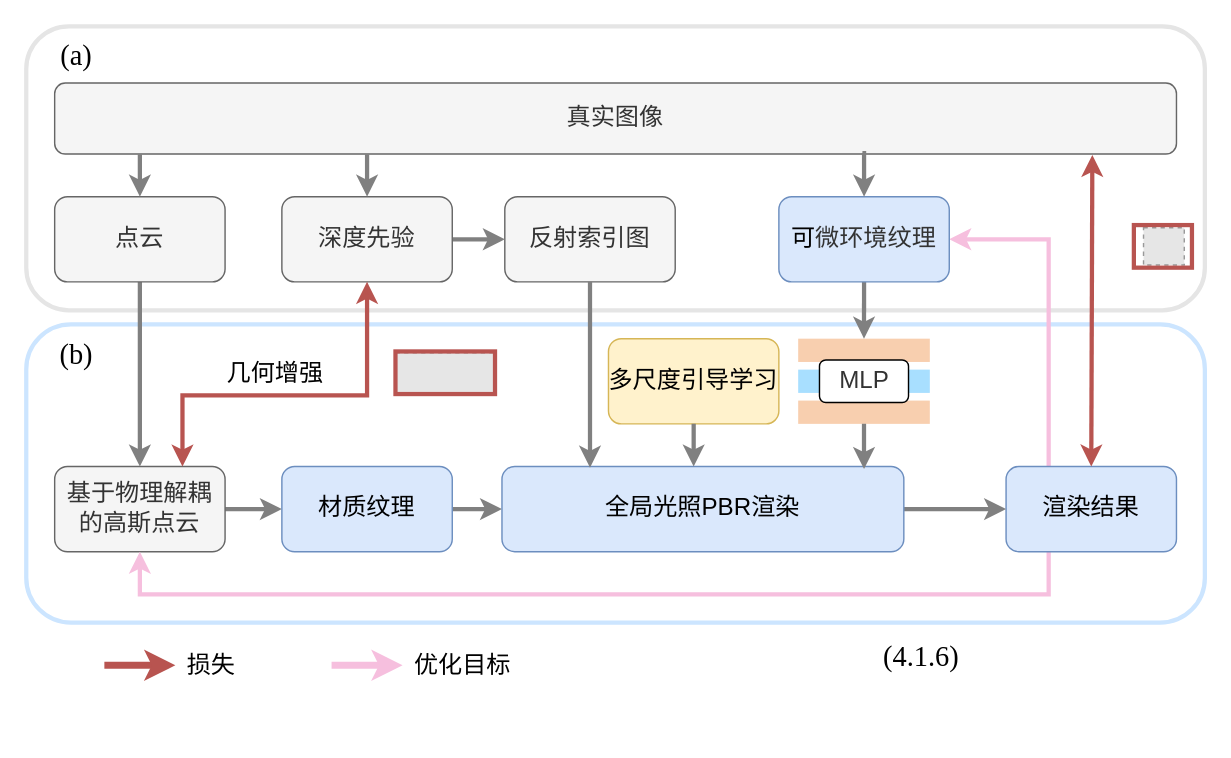
Before: mid-term/总体框架（新）.drawio in thEu-suisei/draw_io, a draw.io diagram. Source tidied: cells renumbered, new cells numbered last; positions are measured from the earlier drawing's top-left corner, leaving out a move shared by most shapes. Both pictures are drawn from the tidied source at 142%, with x=0, y=0 at pixel (26, 26). Pictures stored in the file or linked from it are replaced by grey dashed boxes.
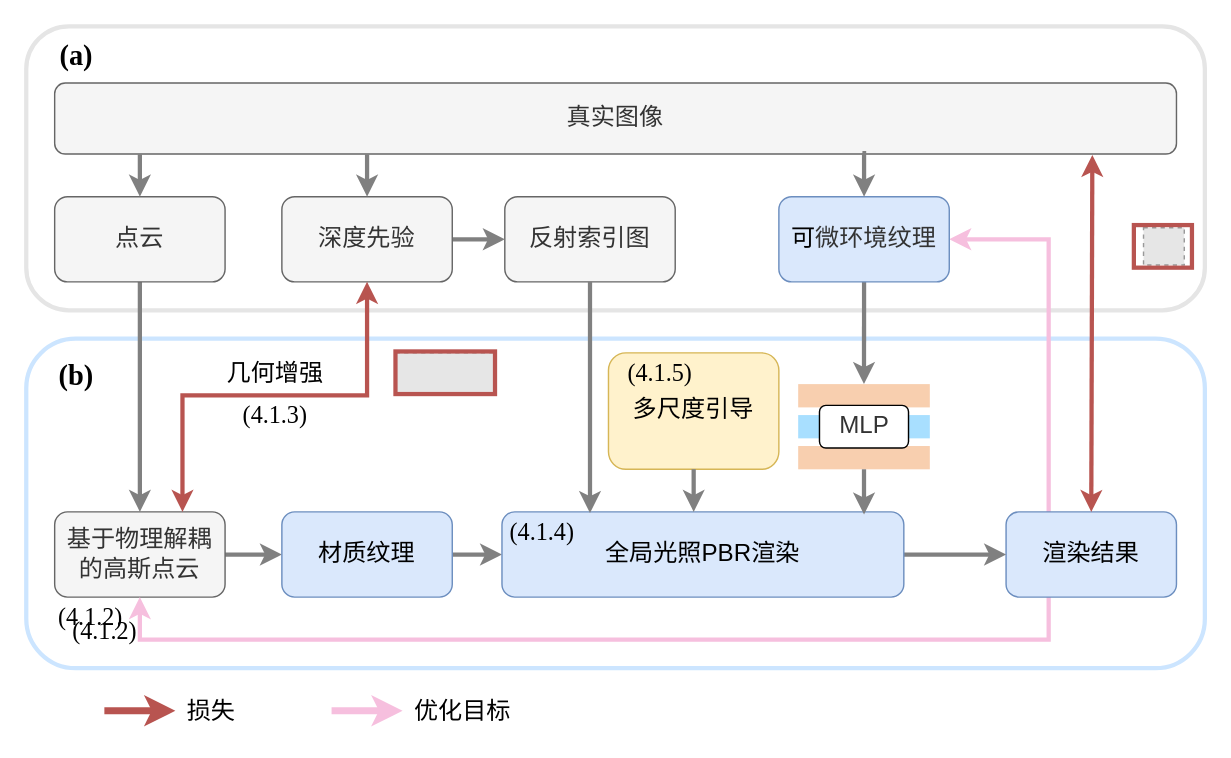
The same diagram, later.

Commit message:
更新总体框架（新）.drawio

Change to the diagram source:
```diff
@@
     <mxCell id="2" style="rounded=1;whiteSpace=wrap;html=1;fillColor=none;fontColor=#333333;strokeColor=#CCE5FF;strokeWidth=3;" parent="1" vertex="1">
-      <mxGeometry y="210" width="830" height="210" as="geometry" />
+      <mxGeometry y="220" width="830" height="232" as="geometry" />
     </mxCell>
@@
     <mxCell id="6" value="&lt;span style=&quot;font-size: 17px; font-weight: 400;&quot;&gt;基于物理解耦的高斯点云&lt;/span&gt;" style="rounded=1;whiteSpace=wrap;html=1;fillColor=#f5f5f5;fontColor=#333333;strokeColor=#666666;fontStyle=1;" parent="1" vertex="1">
-      <mxGeometry x="20" y="310" width="120" height="60" as="geometry" />
+      <mxGeometry x="20" y="342" width="120" height="60" as="geometry" />
     </mxCell>
@@
     <mxCell id="8" value="&lt;span style=&quot;font-size: 17px; font-weight: 400;&quot;&gt;材质纹理&lt;/span&gt;" style="rounded=1;whiteSpace=wrap;html=1;fillColor=#dae8fc;fontColor=default;strokeColor=#6c8ebf;fontStyle=1;align=center;verticalAlign=middle;fontFamily=Helvetica;fontSize=12;" parent="1" vertex="1">
-      <mxGeometry x="180" y="310" width="120" height="60" as="geometry" />
+      <mxGeometry x="180" y="342" width="120" height="60" as="geometry" />
     </mxCell>
@@
     <mxCell id="10" style="edgeStyle=orthogonalEdgeStyle;rounded=0;jettySize=auto;html=1;exitX=0.25;exitY=1;exitDx=0;exitDy=0;entryX=0.5;entryY=1;entryDx=0;entryDy=0;strokeColor=light-dark(#f6bfde, #7f7f7f);strokeWidth=3;align=center;verticalAlign=middle;fontFamily=Helvetica;fontSize=11;fontColor=default;labelBackgroundColor=default;endArrow=classic;" parent="1" edge="1" source="11" target="6">
       <mxGeometry relative="1" as="geometry">
         <Array as="points">
-          <mxPoint x="720" y="400" />
-          <mxPoint x="80" y="400" />
+          <mxPoint x="720" y="432" />
+          <mxPoint x="80" y="432" />
         </Array>
       </mxGeometry>
     </mxCell>
     <mxCell id="11" value="&lt;span style=&quot;font-size: 17px; font-weight: 400;&quot;&gt;渲染结果&lt;/span&gt;" style="rounded=1;whiteSpace=wrap;html=1;fillColor=#dae8fc;fontColor=default;strokeColor=#6c8ebf;fontStyle=1;align=center;verticalAlign=middle;fontFamily=Helvetica;fontSize=12;" parent="1" vertex="1">
-      <mxGeometry x="690" y="310" width="120" height="60" as="geometry" />
+      <mxGeometry x="690" y="342" width="120" height="60" as="geometry" />
     </mxCell>
@@
     <mxCell id="13" value="&lt;font style=&quot;font-size: 17px;&quot;&gt;全局光照PBR渲染&lt;/font&gt;" style="rounded=1;whiteSpace=wrap;html=1;fillColor=#dae8fc;strokeColor=#6c8ebf;" parent="1" vertex="1">
-      <mxGeometry x="335" y="310" width="283" height="60" as="geometry" />
+      <mxGeometry x="335" y="342" width="283" height="60" as="geometry" />
     </mxCell>
     <mxCell id="14" style="group;" parent="1" vertex="1">
-      <mxGeometry x="543.6" y="220" width="92.7" height="60" as="geometry" />
+      <mxGeometry x="543.6" y="252" width="92.7" height="60" as="geometry" />
     </mxCell>
@@
-    <mxCell id="37" value="&lt;span style=&quot;font-weight: 400; text-wrap-mode: nowrap;&quot;&gt;多尺度引导学习&lt;/span&gt;" style="rounded=1;whiteSpace=wrap;html=1;fillColor=#fff2cc;strokeColor=#d6b656;fontStyle=1;align=center;verticalAlign=middle;fontFamily=Helvetica;fontSize=17;" parent="1" vertex="1">
-      <mxGeometry x="410" y="220" width="120" height="60" as="geometry" />
+    <mxCell id="37" value="&lt;div&gt;&lt;span style=&quot;font-weight: 400; text-wrap-mode: nowrap; background-color: transparent; color: light-dark(rgb(0, 0, 0), rgb(255, 255, 255));&quot;&gt;多尺度引导&lt;/span&gt;&lt;/div&gt;" style="rounded=1;whiteSpace=wrap;html=1;fillColor=#fff2cc;strokeColor=#d6b656;fontStyle=1;align=center;verticalAlign=middle;fontFamily=Helvetica;fontSize=17;" parent="1" vertex="1">
+      <mxGeometry x="410" y="230" width="120" height="82" as="geometry" />
     </mxCell>
     <mxCell id="38" style="edgeStyle=orthogonalEdgeStyle;rounded=0;jettySize=auto;html=1;strokeColor=#808080;strokeWidth=3;" parent="1" edge="1" source="37">
       <mxGeometry relative="1" as="geometry">
-        <mxPoint x="470" y="310" as="targetPoint" />
+        <mxPoint x="470" y="342" as="targetPoint" />
       </mxGeometry>
     </mxCell>
     <mxCell id="39" style="endArrow=classic;html=1;rounded=0;strokeColor=light-dark(#B85450,#FF7777);strokeWidth=5;" parent="1" edge="1">
       <mxGeometry relative="1" as="geometry">
-        <mxPoint x="55" y="450" as="sourcePoint" />
-        <mxPoint x="105" y="450" as="targetPoint" />
+        <mxPoint x="55" y="482" as="sourcePoint" />
+        <mxPoint x="105" y="482" as="targetPoint" />
       </mxGeometry>
     </mxCell>
     <mxCell id="40" style="endArrow=classic;html=1;rounded=0;strokeColor=light-dark(#F6BFDE,#FF7777);strokeWidth=5;" parent="1" edge="1">
       <mxGeometry relative="1" as="geometry">
-        <mxPoint x="215" y="450" as="sourcePoint" />
-        <mxPoint x="265" y="450" as="targetPoint" />
+        <mxPoint x="215" y="482" as="sourcePoint" />
+        <mxPoint x="265" y="482" as="targetPoint" />
       </mxGeometry>
     </mxCell>
     <mxCell id="41" value="&lt;span style=&quot;font-size: 17px;&quot;&gt;损失&lt;/span&gt;" style="text;html=1;align=center;verticalAlign=middle;strokeColor=none;fillColor=none;" parent="1" vertex="1">
-      <mxGeometry x="100" y="436" width="60" height="30" as="geometry" />
+      <mxGeometry x="100" y="468" width="60" height="30" as="geometry" />
     </mxCell>
     <mxCell id="42" value="&lt;span style=&quot;font-size: 17px;&quot;&gt;优化目标&lt;/span&gt;" style="text;html=1;align=center;verticalAlign=middle;strokeColor=none;fillColor=none;" parent="1" vertex="1">
-      <mxGeometry x="262" y="436" width="90" height="30" as="geometry" />
+      <mxGeometry x="262" y="468" width="90" height="30" as="geometry" />
     </mxCell>
@@
-    <mxCell id="46" value="&lt;font style=&quot;font-size: 20px;&quot;&gt;(a)&lt;/font&gt;" style="text;html=1;align=center;verticalAlign=middle;strokeColor=none;fillColor=none;fontFamily=Times New Roman;" parent="1" vertex="1">
+    <mxCell id="46" value="&lt;font style=&quot;font-size: 20px;&quot;&gt;&lt;b&gt;(a)&lt;/b&gt;&lt;/font&gt;" style="text;html=1;align=center;verticalAlign=middle;strokeColor=none;fillColor=none;fontFamily=Times New Roman;" parent="1" vertex="1">
       <mxGeometry x="10" width="50" height="40" as="geometry" />
     </mxCell>
-    <mxCell id="47" value="&lt;font style=&quot;font-size: 20px;&quot;&gt;(b)&lt;/font&gt;" style="text;html=1;align=center;verticalAlign=middle;strokeColor=none;fillColor=none;fontFamily=Times New Roman;" parent="1" vertex="1">
-      <mxGeometry x="10" y="210" width="50" height="40" as="geometry" />
+    <mxCell id="47" value="&lt;font style=&quot;font-size: 20px;&quot;&gt;&lt;b&gt;(b)&lt;/b&gt;&lt;/font&gt;" style="text;html=1;align=center;verticalAlign=middle;strokeColor=none;fillColor=none;fontFamily=Times New Roman;" parent="1" vertex="1">
+      <mxGeometry x="10" y="225" width="50" height="40" as="geometry" />
     </mxCell>
-    <mxCell id="48" value="&lt;span style=&quot;font-family: &amp;quot;Times New Roman&amp;quot;; font-size: 20px;&quot;&gt;(4.1.6)&lt;/span&gt;" style="text;html=1;align=center;verticalAlign=middle;strokeColor=none;fillColor=none;" parent="1" vertex="1">
-      <mxGeometry x="590" y="423" width="80" height="40" as="geometry" />
+    <mxCell id="48" value="&lt;span style=&quot;font-family: &amp;quot;Times New Roman&amp;quot;;&quot;&gt;&lt;font style=&quot;font-size: 17px;&quot;&gt;(4.1.5)&lt;/font&gt;&lt;/span&gt;" style="text;html=1;align=center;verticalAlign=middle;strokeColor=none;fillColor=none;" parent="1" vertex="1">
+      <mxGeometry x="411" y="230" width="70" height="30" as="geometry" />
     </mxCell>
+    <mxCell id="49" value="&lt;span style=&quot;font-family: &amp;quot;Times New Roman&amp;quot;;&quot;&gt;&lt;font style=&quot;font-size: 17px;&quot;&gt;(4.1.3)&lt;/font&gt;&lt;/span&gt;" style="text;html=1;align=center;verticalAlign=middle;strokeColor=none;fillColor=none;" parent="1" vertex="1">
+      <mxGeometry x="140" y="260" width="70" height="30" as="geometry" />
+    </mxCell>
+    <mxCell id="50" value="&lt;span style=&quot;font-family: &amp;quot;Times New Roman&amp;quot;;&quot;&gt;&lt;font style=&quot;font-size: 17px;&quot;&gt;(4.1.2)&lt;/font&gt;&lt;/span&gt;" style="text;html=1;align=center;verticalAlign=middle;strokeColor=none;fillColor=none;" parent="1" vertex="1">
+      <mxGeometry x="10" y="402" width="70" height="30" as="geometry" />
+    </mxCell>
+    <mxCell id="51" value="&lt;span style=&quot;font-family: &amp;quot;Times New Roman&amp;quot;;&quot;&gt;&lt;font style=&quot;font-size: 17px;&quot;&gt;(4.1.4)&lt;/font&gt;&lt;/span&gt;" style="text;html=1;align=center;verticalAlign=middle;strokeColor=none;fillColor=none;" parent="1" vertex="1">
+      <mxGeometry x="328" y="342" width="70" height="30" as="geometry" />
+    </mxCell>
+    <mxCell id="52" value="&lt;span style=&quot;font-family: &amp;quot;Times New Roman&amp;quot;;&quot;&gt;&lt;font style=&quot;font-size: 17px;&quot;&gt;(4.1.2)&lt;/font&gt;&lt;/span&gt;" style="text;html=1;align=center;verticalAlign=middle;strokeColor=none;fillColor=none;" parent="1" vertex="1">
+      <mxGeometry x="20" y="412" width="70" height="30" as="geometry" />
+    </mxCell>
```
